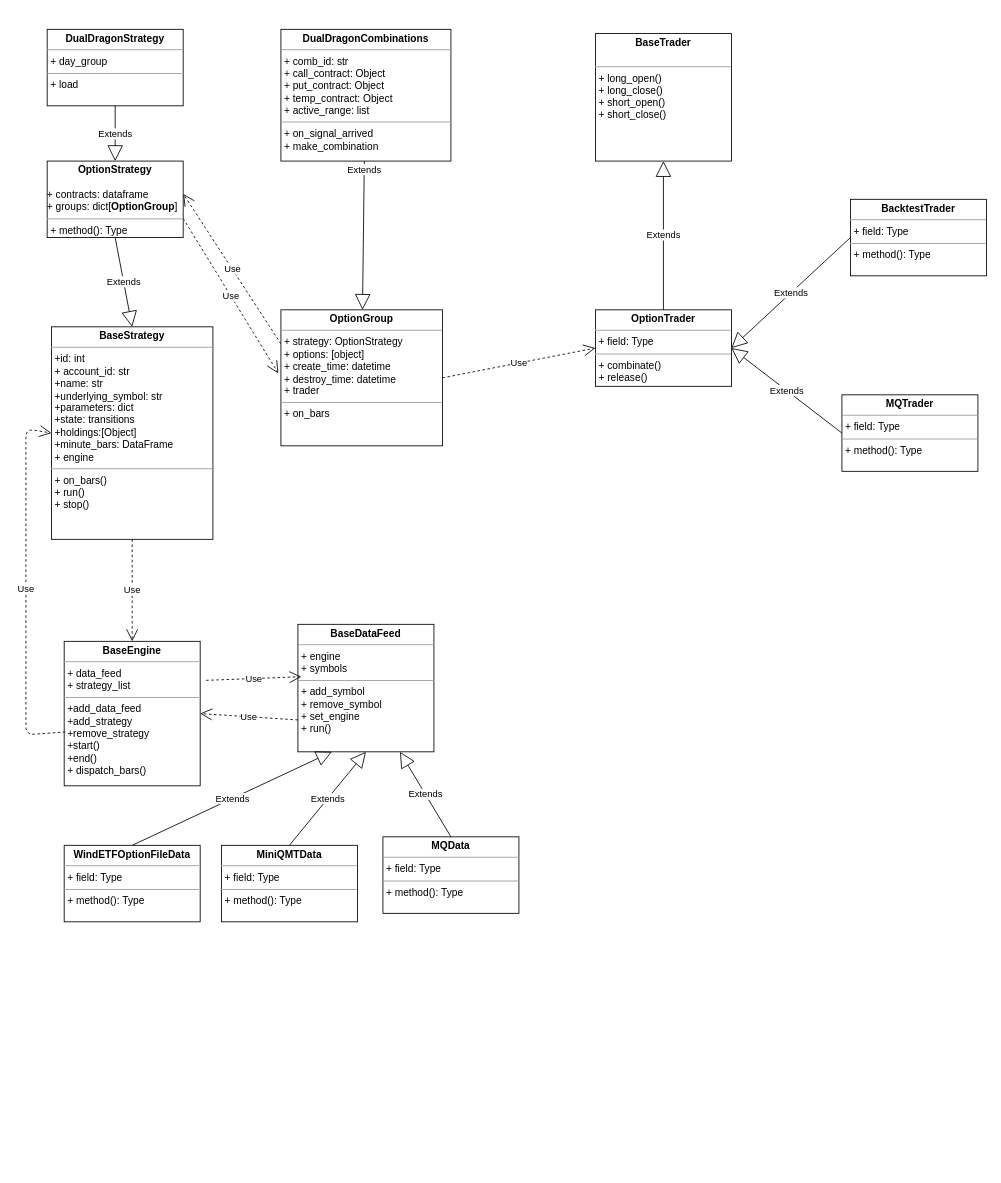
The draw.io diagram page "第 1 页" (1 of 2) of arch.drawio in pentcn/oquant, before the edit. Source tidied: cells renumbered, new cells numbered last; positions are measured from the earlier drawing's top-left corner, leaving out a move shared by most shapes. Both pictures are drawn from the tidied source at 85%, with x=0, y=0 at pixel (26, 29).
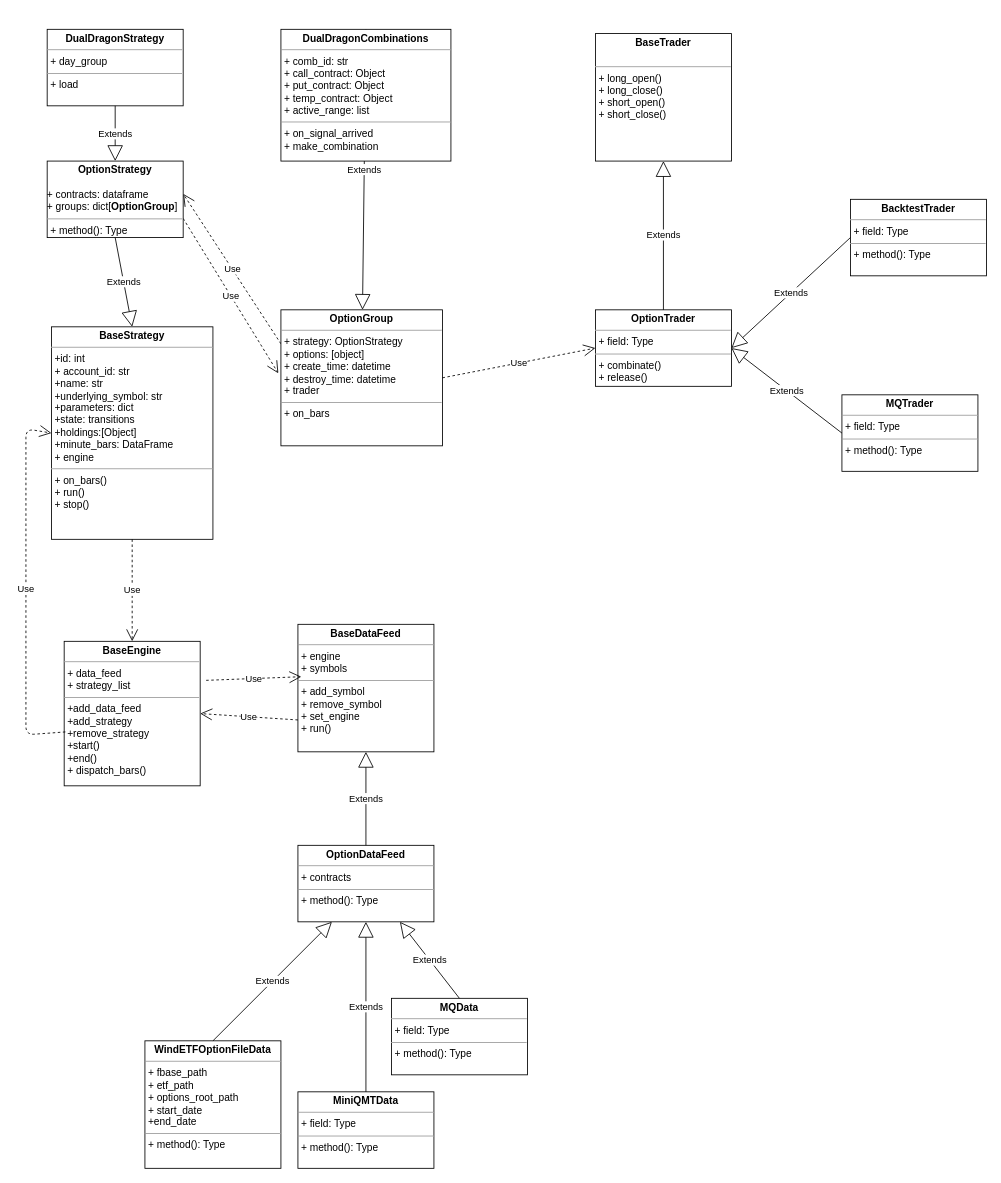
The same page after the edit.

The change refers to these unchanged cells:
```xml
<mxCell id="12" value="&lt;p style=&quot;margin:0px;margin-top:4px;text-align:center;&quot;&gt;&lt;b&gt;BaseDataFeed&lt;/b&gt;&lt;/p&gt;&lt;hr size=&quot;1&quot;&gt;&lt;p style=&quot;margin:0px;margin-left:4px;&quot;&gt;+ engine&lt;/p&gt;&lt;p style=&quot;margin:0px;margin-left:4px;&quot;&gt;+ symbols&lt;/p&gt;&lt;hr size=&quot;1&quot;&gt;&lt;p style=&quot;margin:0px;margin-left:4px;&quot;&gt;+ add_symbol&lt;/p&gt;&lt;p style=&quot;margin:0px;margin-left:4px;&quot;&gt;+ remove_symbol&lt;/p&gt;&lt;p style=&quot;margin:0px;margin-left:4px;&quot;&gt;+&amp;nbsp;set_engine&lt;/p&gt;&lt;p style=&quot;margin:0px;margin-left:4px;&quot;&gt;+ run()&lt;/p&gt;" style="verticalAlign=top;align=left;overflow=fill;fontSize=12;fontFamily=Helvetica;html=1;" parent="1" vertex="1">
  <mxGeometry x="320" y="700" width="160" height="150" as="geometry" />
</mxCell>
```

Diff of the diagram source:
```diff
@@
-    <mxCell id="13" value="&lt;p style=&quot;margin:0px;margin-top:4px;text-align:center;&quot;&gt;&lt;b&gt;WindETFOptionFileData&lt;/b&gt;&lt;br&gt;&lt;/p&gt;&lt;hr size=&quot;1&quot;&gt;&lt;p style=&quot;margin:0px;margin-left:4px;&quot;&gt;+ field: Type&lt;/p&gt;&lt;hr size=&quot;1&quot;&gt;&lt;p style=&quot;margin:0px;margin-left:4px;&quot;&gt;+ method(): Type&lt;/p&gt;" style="verticalAlign=top;align=left;overflow=fill;fontSize=12;fontFamily=Helvetica;html=1;" parent="1" vertex="1">
-      <mxGeometry x="45" y="960" width="160" height="90" as="geometry" />
+    <mxCell id="13" value="&lt;p style=&quot;margin:0px;margin-top:4px;text-align:center;&quot;&gt;&lt;b&gt;WindETFOptionFileData&lt;/b&gt;&lt;br&gt;&lt;/p&gt;&lt;hr size=&quot;1&quot;&gt;&lt;p style=&quot;margin:0px;margin-left:4px;&quot;&gt;+ f&lt;span style=&quot;background-color: initial;&quot;&gt;base_path&lt;/span&gt;&lt;/p&gt;&lt;p style=&quot;margin:0px;margin-left:4px;&quot;&gt;+ etf_path&lt;/p&gt;&lt;p style=&quot;margin:0px;margin-left:4px;&quot;&gt;+ options_root_path&lt;/p&gt;&lt;p style=&quot;margin:0px;margin-left:4px;&quot;&gt;+ start_date&lt;/p&gt;&lt;p style=&quot;margin:0px;margin-left:4px;&quot;&gt;+end_date&lt;/p&gt;&lt;hr size=&quot;1&quot;&gt;&lt;p style=&quot;margin:0px;margin-left:4px;&quot;&gt;+ method(): Type&lt;/p&gt;" style="verticalAlign=top;align=left;overflow=fill;fontSize=12;fontFamily=Helvetica;html=1;" parent="1" vertex="1">
+      <mxGeometry x="140" y="1190" width="160" height="150" as="geometry" />
     </mxCell>
-    <mxCell id="14" value="Extends" style="endArrow=block;endSize=16;endFill=0;html=1;exitX=0.5;exitY=0;exitDx=0;exitDy=0;entryX=0.25;entryY=1;entryDx=0;entryDy=0;" parent="1" edge="1" source="13" target="12">
+    <mxCell id="14" value="Extends" style="endArrow=block;endSize=16;endFill=0;html=1;exitX=0.5;exitY=0;exitDx=0;exitDy=0;entryX=0.25;entryY=1;entryDx=0;entryDy=0;" parent="1" edge="1" source="13" target="32">
       <mxGeometry relative="1" as="geometry" />
     </mxCell>
     <mxCell id="15" value="&lt;p style=&quot;margin:0px;margin-top:4px;text-align:center;&quot;&gt;&lt;b&gt;MQData&lt;/b&gt;&lt;/p&gt;&lt;hr size=&quot;1&quot;&gt;&lt;p style=&quot;margin:0px;margin-left:4px;&quot;&gt;+ field: Type&lt;/p&gt;&lt;hr size=&quot;1&quot;&gt;&lt;p style=&quot;margin:0px;margin-left:4px;&quot;&gt;+ method(): Type&lt;/p&gt;" style="verticalAlign=top;align=left;overflow=fill;fontSize=12;fontFamily=Helvetica;html=1;" parent="1" vertex="1">
-      <mxGeometry x="420" y="950" width="160" height="90" as="geometry" />
+      <mxGeometry x="430" y="1140" width="160" height="90" as="geometry" />
     </mxCell>
-    <mxCell id="16" value="Extends" style="endArrow=block;endSize=16;endFill=0;html=1;exitX=0.5;exitY=0;exitDx=0;exitDy=0;entryX=0.75;entryY=1;entryDx=0;entryDy=0;" parent="1" edge="1" source="15" target="12">
+    <mxCell id="16" value="Extends" style="endArrow=block;endSize=16;endFill=0;html=1;exitX=0.5;exitY=0;exitDx=0;exitDy=0;entryX=0.75;entryY=1;entryDx=0;entryDy=0;" parent="1" edge="1" source="15" target="32">
       <mxGeometry relative="1" as="geometry" />
     </mxCell>
     <mxCell id="17" value="&lt;p style=&quot;margin:0px;margin-top:4px;text-align:center;&quot;&gt;&lt;b&gt;MiniQMTData&lt;/b&gt;&lt;/p&gt;&lt;hr size=&quot;1&quot;&gt;&lt;p style=&quot;margin:0px;margin-left:4px;&quot;&gt;+ field: Type&lt;/p&gt;&lt;hr size=&quot;1&quot;&gt;&lt;p style=&quot;margin:0px;margin-left:4px;&quot;&gt;+ method(): Type&lt;/p&gt;" style="verticalAlign=top;align=left;overflow=fill;fontSize=12;fontFamily=Helvetica;html=1;" parent="1" vertex="1">
-      <mxGeometry x="230" y="960" width="160" height="90" as="geometry" />
+      <mxGeometry x="320" y="1250" width="160" height="90" as="geometry" />
     </mxCell>
-    <mxCell id="18" value="Extends" style="endArrow=block;endSize=16;endFill=0;html=1;exitX=0.5;exitY=0;exitDx=0;exitDy=0;entryX=0.5;entryY=1;entryDx=0;entryDy=0;" parent="1" edge="1" source="17" target="12">
+    <mxCell id="18" value="Extends" style="endArrow=block;endSize=16;endFill=0;html=1;exitX=0.5;exitY=0;exitDx=0;exitDy=0;entryX=0.5;entryY=1;entryDx=0;entryDy=0;" parent="1" edge="1" source="17" target="32">
       <mxGeometry relative="1" as="geometry" />
     </mxCell>
@@
+    <mxCell id="32" value="&lt;p style=&quot;margin:0px;margin-top:4px;text-align:center;&quot;&gt;&lt;b&gt;OptionDataFeed&lt;/b&gt;&lt;/p&gt;&lt;hr size=&quot;1&quot;&gt;&lt;p style=&quot;margin:0px;margin-left:4px;&quot;&gt;+ contracts&lt;/p&gt;&lt;hr size=&quot;1&quot;&gt;&lt;p style=&quot;margin:0px;margin-left:4px;&quot;&gt;+ method(): Type&lt;/p&gt;" style="verticalAlign=top;align=left;overflow=fill;fontSize=12;fontFamily=Helvetica;html=1;" parent="1" vertex="1">
+      <mxGeometry x="320" y="960" width="160" height="90" as="geometry" />
+    </mxCell>
+    <mxCell id="33" value="Extends" style="endArrow=block;endSize=16;endFill=0;html=1;entryX=0.5;entryY=1;entryDx=0;entryDy=0;" parent="1" edge="1" source="32" target="12">
+      <mxGeometry relative="1" as="geometry" />
+    </mxCell>
```
